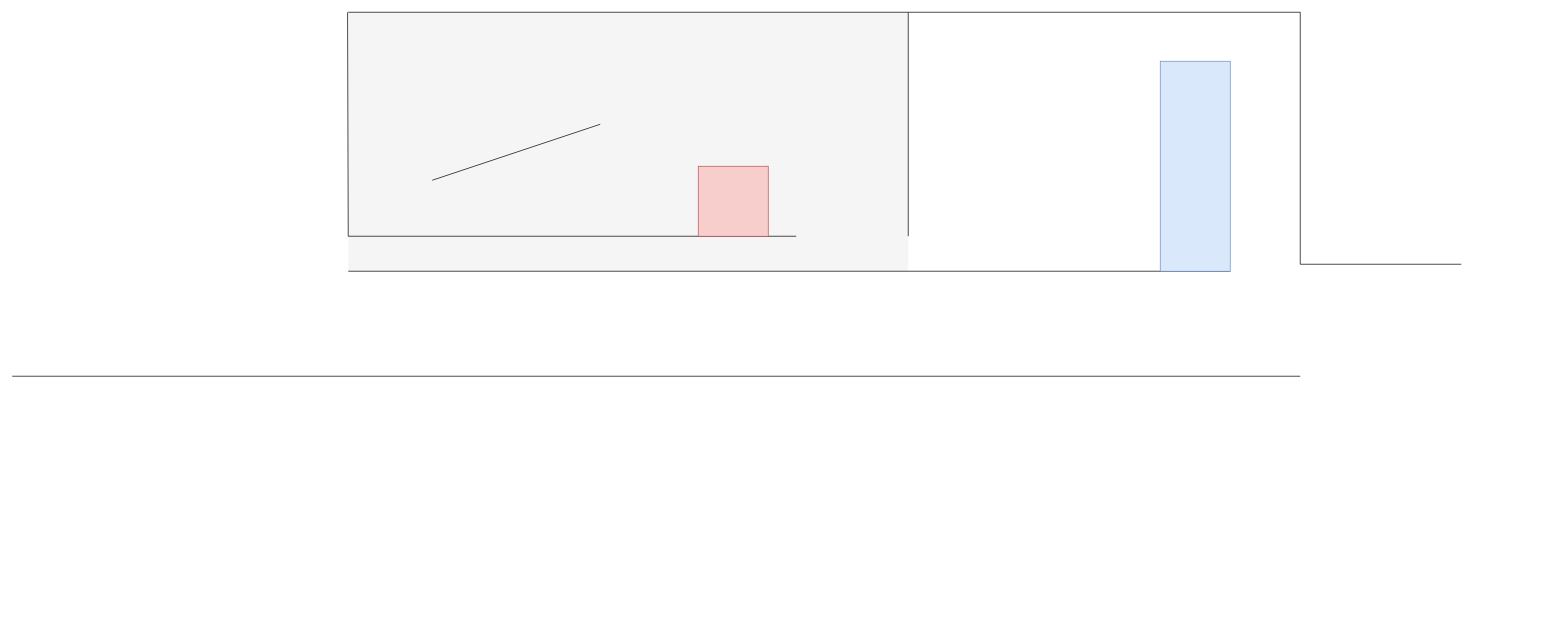
Before: assets/map.drawio.xml in balooval/blob, a draw.io diagram. Source tidied: cells renumbered, new cells numbered last; positions are measured from the earlier drawing's top-left corner, leaving out a move shared by most shapes. Both pictures are drawn from the tidied source at 70%, with x=0, y=0 at pixel (12, 12).
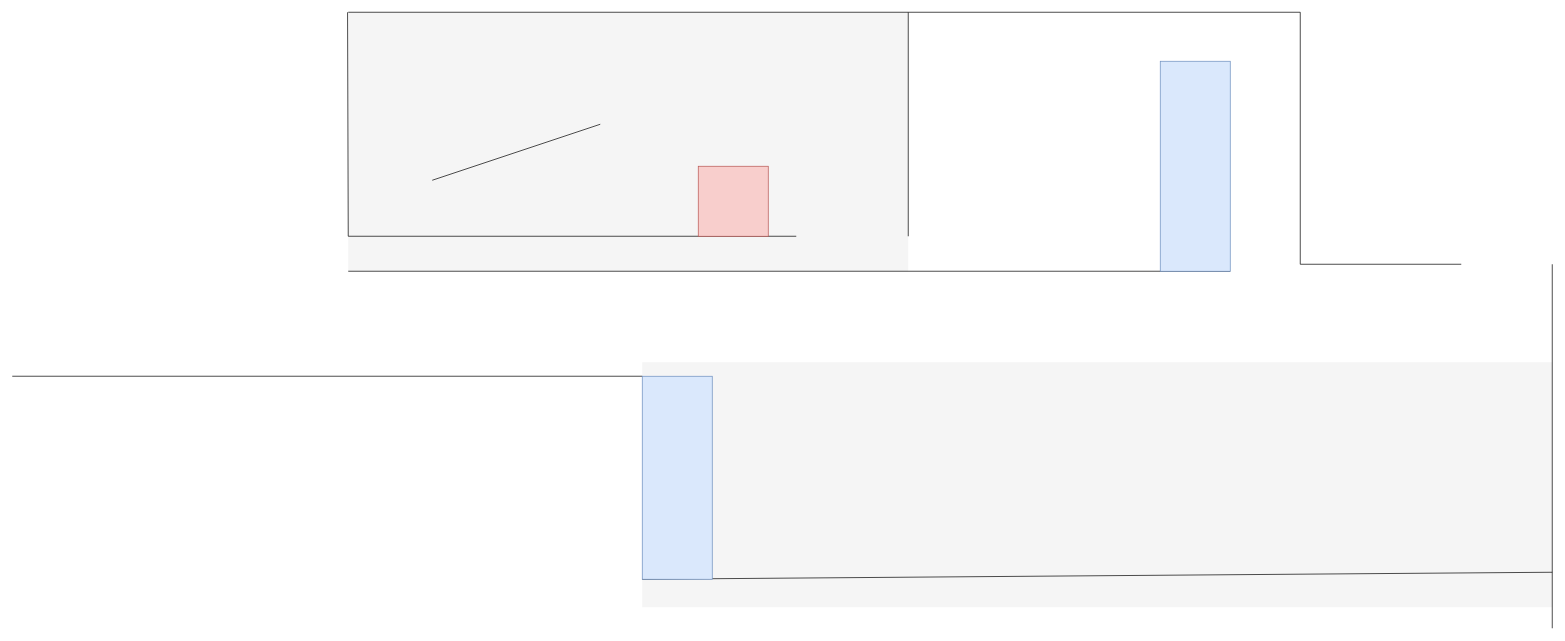
The same diagram, later.

What changed in the source:
```diff
@@
     <mxCell id="11" style="endArrow=none;html=1;rounded=0;" parent="1" edge="1">
       <mxGeometry relative="1" as="geometry">
         <mxPoint y="520" as="sourcePoint" />
-        <mxPoint x="1840" y="520" as="targetPoint" />
+        <mxPoint x="2120" y="520" as="targetPoint" />
       </mxGeometry>
     </mxCell>
@@
+    <mxCell id="13" style="rounded=0;whiteSpace=wrap;html=1;strokeColor=none;fillColor=#f5f5f5;fontColor=#333333;" parent="1" vertex="1">
+      <mxGeometry x="900" y="500" width="1300" height="350" as="geometry" />
+    </mxCell>
+    <mxCell id="14" style="endArrow=none;html=1;rounded=0;" parent="1" edge="1">
+      <mxGeometry relative="1" as="geometry">
+        <mxPoint x="900" y="810" as="sourcePoint" />
+        <mxPoint x="2200" y="800" as="targetPoint" />
+      </mxGeometry>
+    </mxCell>
+    <mxCell id="15" style="endArrow=none;html=1;rounded=0;" parent="1" edge="1">
+      <mxGeometry relative="1" as="geometry">
+        <mxPoint x="2200" y="360" as="sourcePoint" />
+        <mxPoint x="2200" y="880" as="targetPoint" />
+      </mxGeometry>
+    </mxCell>
+    <mxCell id="16" value=" " style="rounded=0;whiteSpace=wrap;html=1;fillColor=#dae8fc;strokeColor=#6c8ebf;" parent="1" vertex="1">
+      <mxGeometry x="900" y="520" width="100" height="290" as="geometry" />
+    </mxCell>
```
